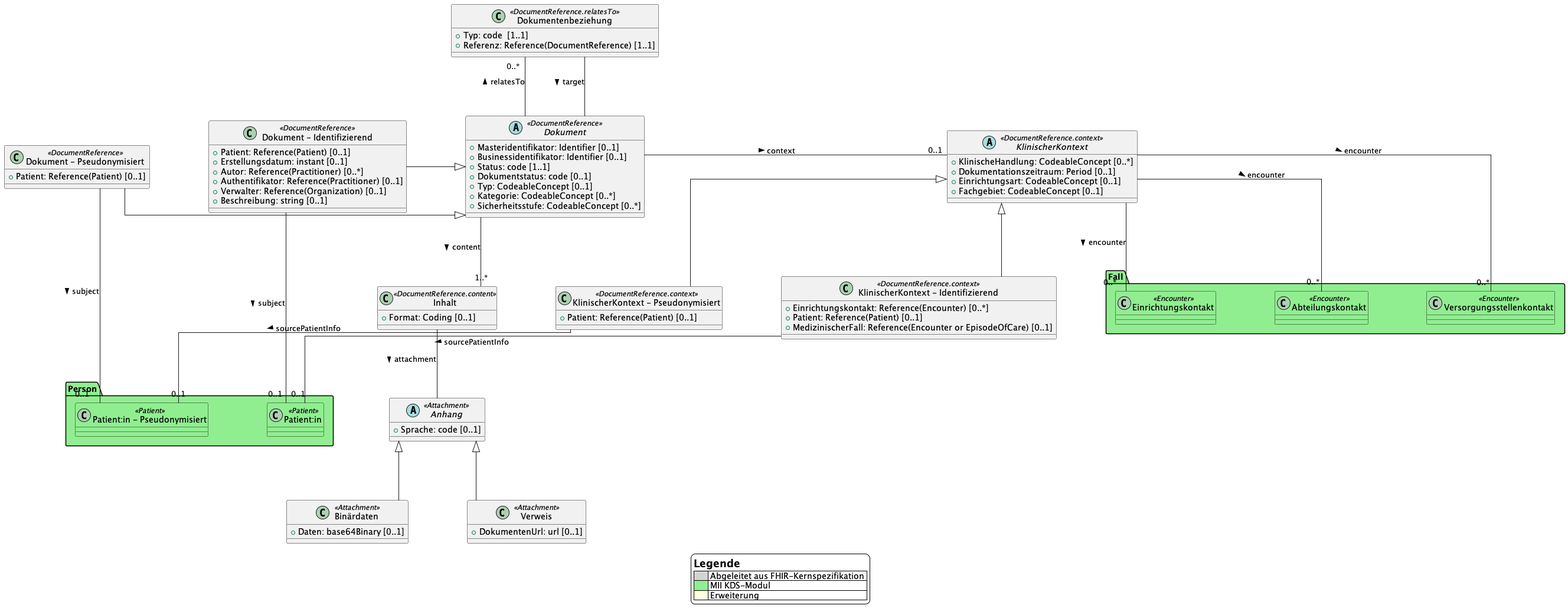
This is input/plantuml/Dokument.png from imi-ms/eyematics-kds, a PlantUML export, as it was before one commit.
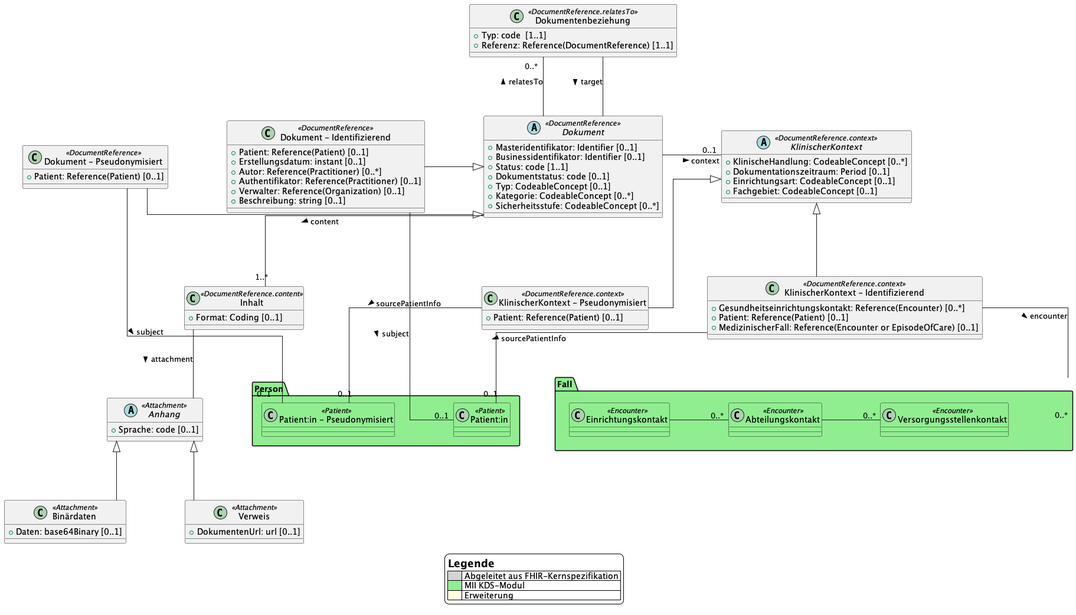
The same file after the commit.

Commit message:
Fixes attribute name and reference to CDS module "Fall"

Change to the diagram source:
```diff
@@ -66,7 +66,7 @@
 }
 
 class "KlinischerKontext - Identifizierend" <<DocumentReference.context>> {
-    + {field} Einrichtungskontakt: Reference(Encounter) [0..*]
+    + {field} Gesundheitseinrichtungskontakt: Reference(Encounter) [0..*]
     + {field} Patient: Reference(Patient) [0..1]
     + {field} MedizinischerFall: Reference(Encounter or EpisodeOfCare) [0..1]
 }
@@ -95,14 +95,14 @@
 "Dokument - Pseudonymisiert" -- "0..1" "Patient:in - Pseudonymisiert": subject >
 Dokumentenbeziehung -- Dokument: target >
 Inhalt -- Anhang: attachment >
-KlinischerKontext -- "0..*" Einrichtungskontakt: encounter >
-KlinischerKontext -- "0..*" Abteilungskontakt: encounter >
-KlinischerKontext -- "0..*" Versorgungsstellenkontakt: encounter >
 KlinischerKontext <|-- "KlinischerKontext - Identifizierend"
 KlinischerKontext <|-- "KlinischerKontext - Pseudonymisiert"
+"KlinischerKontext - Identifizierend" -- "0..*" Fall: encounter >
 "KlinischerKontext - Identifizierend" -- "0..1" "Patient:in": sourcePatientInfo >
 "KlinischerKontext - Pseudonymisiert" -- "0..1" "Patient:in - Pseudonymisiert": sourcePatientInfo >
 Anhang <|-- Binärdaten
 Anhang <|-- Verweis
+Einrichtungskontakt -r- "0..*" Abteilungskontakt
+Abteilungskontakt -r- "0..*" Versorgungsstellenkontakt
 
 @enduml
```
